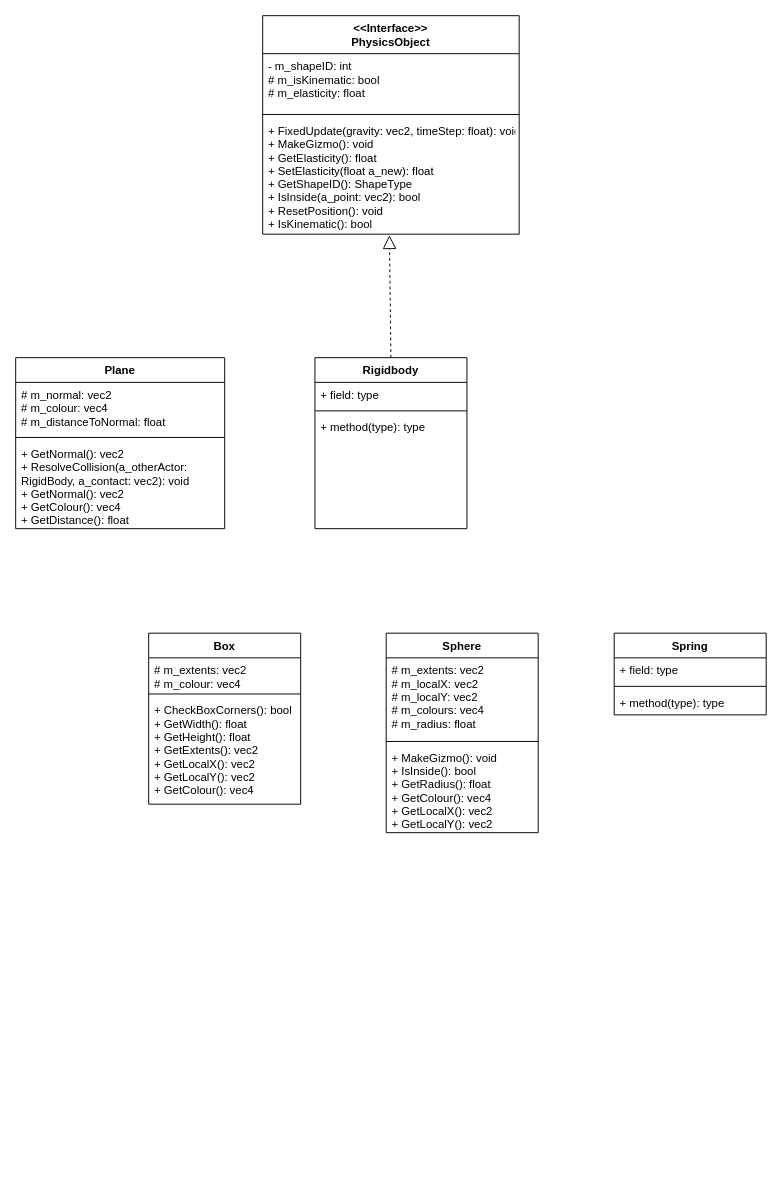
XYFrenzies/PhysicsProject keeps this draw.io diagram as Untitled Diagram.drawio. Above is the earlier version. Source tidied: cells renumbered, new cells numbered last; positions are measured from the earlier drawing's top-left corner, leaving out a move shared by most shapes. Both pictures are drawn from the tidied source at 95%, with x=0, y=0 at pixel (15, 15).
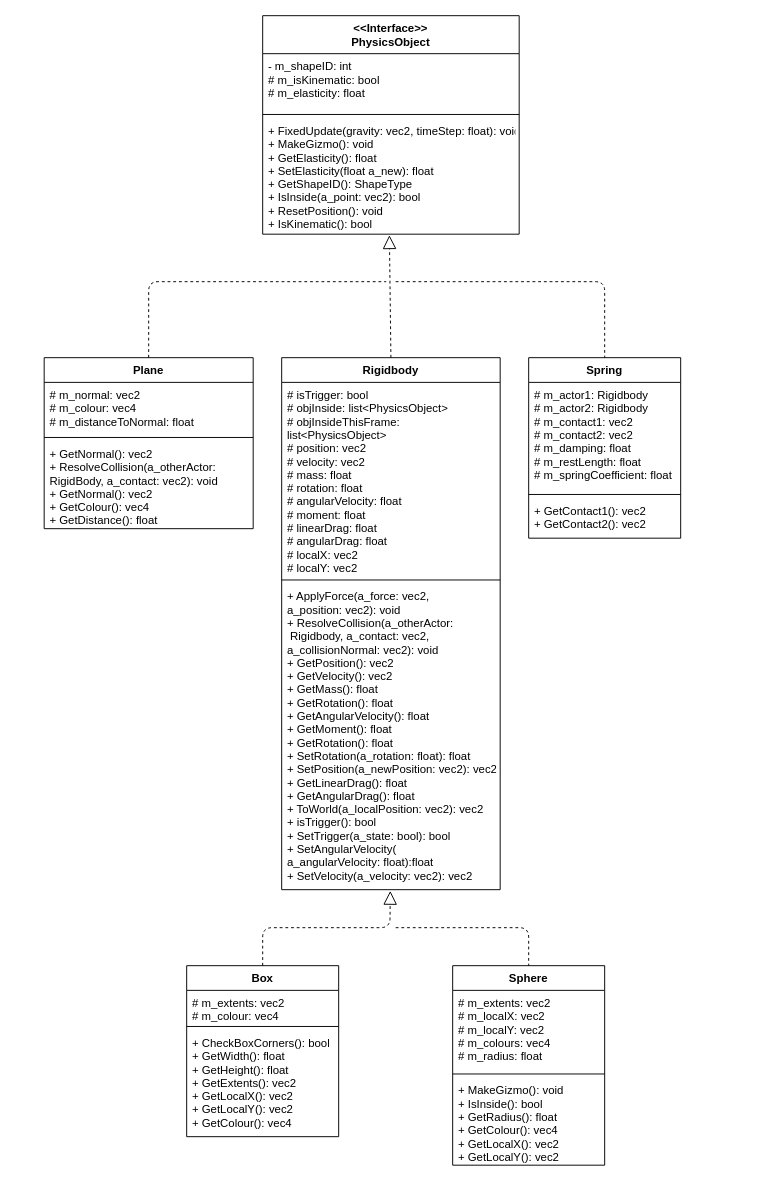
The same page after the edit.

Commit message:
I have gotten the standard for the links between the objects in scene.

What changed in the source:
```diff
@@
     <mxCell id="6" value="Plane" style="swimlane;fontStyle=1;align=center;verticalAlign=top;horizontal=1;startSize=26;" parent="1" vertex="1">
-      <mxGeometry y="360" width="220" height="180" as="geometry" />
+      <mxGeometry x="30" y="360" width="220" height="180" as="geometry" />
     </mxCell>
@@
     <mxCell id="10" value="Rigidbody" style="swimlane;fontStyle=1;align=center;verticalAlign=top;horizontal=1;startSize=26;" parent="1" vertex="1">
-      <mxGeometry x="315" y="360" width="160" height="180" as="geometry" />
+      <mxGeometry x="280" y="360" width="230" height="560" as="geometry" />
     </mxCell>
-    <mxCell id="11" value="+ field: type" style="text;strokeColor=none;fillColor=none;align=left;verticalAlign=top;spacingLeft=4;spacingRight=4;overflow=hidden;" parent="10" vertex="1">
-      <mxGeometry y="26" width="160" height="26" as="geometry" />
+    <mxCell id="11" value="# isTrigger: bool&#10;# objInside: list&lt;PhysicsObject&gt;&#10;# objInsideThisFrame: &#10;list&lt;PhysicsObject&gt;&#10;# position: vec2&#10;# velocity: vec2&#10;# mass: float&#10;# rotation: float&#10;# angularVelocity: float&#10;# moment: float&#10;# linearDrag: float&#10;# angularDrag: float&#10;# localX: vec2&#10;# localY: vec2" style="text;strokeColor=none;fillColor=none;align=left;verticalAlign=top;spacingLeft=4;spacingRight=4;overflow=hidden;" parent="10" vertex="1">
+      <mxGeometry y="26" width="230" height="204" as="geometry" />
     </mxCell>
     <mxCell id="12" style="line;strokeWidth=1;fillColor=none;align=left;verticalAlign=middle;spacingTop=-1;spacingLeft=3;spacingRight=3;labelPosition=right;" parent="10" vertex="1">
-      <mxGeometry y="52" width="160" height="8" as="geometry" />
+      <mxGeometry y="230" width="230" height="8" as="geometry" />
     </mxCell>
-    <mxCell id="13" value="+ method(type): type" style="text;strokeColor=none;fillColor=none;align=left;verticalAlign=top;spacingLeft=4;spacingRight=4;overflow=hidden;points=[[0,0.5],[1,0.5]];portConstraint=eastwest;" parent="10" vertex="1">
-      <mxGeometry y="60" width="160" height="120" as="geometry" />
+    <mxCell id="13" value="+ ApplyForce(a_force: vec2,&#10;a_position: vec2): void&#10;+ ResolveCollision(a_otherActor:&#10; Rigidbody, a_contact: vec2,&#10;a_collisionNormal: vec2): void&#10;+ GetPosition(): vec2&#10;+ GetVelocity(): vec2&#10;+ GetMass(): float&#10;+ GetRotation(): float&#10;+ GetAngularVelocity(): float&#10;+ GetMoment(): float&#10;+ GetRotation(): float&#10;+ SetRotation(a_rotation: float): float&#10;+ SetPosition(a_newPosition: vec2): vec2&#10;+ GetLinearDrag(): float&#10;+ GetAngularDrag(): float&#10;+ ToWorld(a_localPosition: vec2): vec2&#10;+ isTrigger(): bool&#10;+ SetTrigger(a_state: bool): bool&#10;+ SetAngularVelocity(&#10;a_angularVelocity: float):float&#10;+ SetVelocity(a_velocity: vec2): vec2" style="text;strokeColor=none;fillColor=none;align=left;verticalAlign=top;spacingLeft=4;spacingRight=4;overflow=hidden;points=[[0,0.5],[1,0.5]];portConstraint=eastwest;" parent="10" vertex="1">
+      <mxGeometry y="238" width="230" height="322" as="geometry" />
     </mxCell>
@@
     <mxCell id="15" value="Box" style="swimlane;fontStyle=1;align=center;verticalAlign=top;horizontal=1;startSize=26;" parent="1" vertex="1">
-      <mxGeometry x="140" y="650" width="160" height="180" as="geometry" />
+      <mxGeometry x="180" y="1000" width="160" height="180" as="geometry" />
     </mxCell>
@@
     <mxCell id="19" value="Sphere" style="swimlane;fontStyle=1;align=center;verticalAlign=top;horizontal=1;startSize=26;" parent="1" vertex="1">
-      <mxGeometry x="390" y="650" width="160" height="210" as="geometry" />
+      <mxGeometry x="460" y="1000" width="160" height="210" as="geometry" />
     </mxCell>
@@
     <mxCell id="23" value="Spring" style="swimlane;fontStyle=1;align=center;verticalAlign=top;horizontal=1;startSize=26;" parent="1" vertex="1">
-      <mxGeometry x="630" y="650" width="160" height="86" as="geometry" />
+      <mxGeometry x="540" y="360" width="160" height="190" as="geometry" />
     </mxCell>
-    <mxCell id="24" value="+ field: type" style="text;strokeColor=none;fillColor=none;align=left;verticalAlign=top;spacingLeft=4;spacingRight=4;overflow=hidden;" parent="23" vertex="1">
-      <mxGeometry y="26" width="160" height="26" as="geometry" />
+    <mxCell id="24" value="# m_actor1: Rigidbody&#10;# m_actor2: Rigidbody&#10;# m_contact1: vec2&#10;# m_contact2: vec2&#10;# m_damping: float&#10;# m_restLength: float&#10;# m_springCoefficient: float" style="text;strokeColor=none;fillColor=none;align=left;verticalAlign=top;spacingLeft=4;spacingRight=4;overflow=hidden;" parent="23" vertex="1">
+      <mxGeometry y="26" width="160" height="114" as="geometry" />
     </mxCell>
     <mxCell id="25" style="line;strokeWidth=1;fillColor=none;align=left;verticalAlign=middle;spacingTop=-1;spacingLeft=3;spacingRight=3;labelPosition=right;" parent="23" vertex="1">
-      <mxGeometry y="52" width="160" height="8" as="geometry" />
+      <mxGeometry y="140" width="160" height="8" as="geometry" />
     </mxCell>
-    <mxCell id="26" value="+ method(type): type" style="text;strokeColor=none;fillColor=none;align=left;verticalAlign=top;spacingLeft=4;spacingRight=4;overflow=hidden;" parent="23" vertex="1">
-      <mxGeometry y="60" width="160" height="26" as="geometry" />
+    <mxCell id="26" value="+ GetContact1(): vec2&#10;+ GetContact2(): vec2" style="text;strokeColor=none;fillColor=none;align=left;verticalAlign=top;spacingLeft=4;spacingRight=4;overflow=hidden;" parent="23" vertex="1">
+      <mxGeometry y="148" width="160" height="42" as="geometry" />
     </mxCell>
+    <mxCell id="27" style="endArrow=none;dashed=1;html=1;entryX=0.5;entryY=0;entryDx=0;entryDy=0;" parent="1" edge="1" target="23">
+      <mxGeometry relative="1" as="geometry">
+        <mxPoint x="400" y="280" as="sourcePoint" />
+        <Array as="points">
+          <mxPoint x="620" y="280" />
+        </Array>
+      </mxGeometry>
+    </mxCell>
+    <mxCell id="28" style="endArrow=none;dashed=1;html=1;exitX=0.5;exitY=0;exitDx=0;exitDy=0;" parent="1" edge="1" source="6">
+      <mxGeometry relative="1" as="geometry">
+        <mxPoint x="390" y="280" as="targetPoint" />
+        <Array as="points">
+          <mxPoint x="140" y="280" />
+        </Array>
+      </mxGeometry>
+    </mxCell>
+    <mxCell id="29" style="endArrow=block;dashed=1;endFill=0;endSize=12;html=1;exitX=0.5;exitY=0;exitDx=0;exitDy=0;entryX=0.497;entryY=1.004;entryDx=0;entryDy=0;entryPerimeter=0;" parent="1" edge="1" source="15" target="13">
+      <mxGeometry relative="1" as="geometry">
+        <Array as="points">
+          <mxPoint x="260" y="960" />
+          <mxPoint x="394" y="960" />
+        </Array>
+      </mxGeometry>
+    </mxCell>
+    <mxCell id="30" style="endArrow=none;dashed=1;html=1;entryX=0.5;entryY=0;entryDx=0;entryDy=0;" parent="1" edge="1" target="19">
+      <mxGeometry relative="1" as="geometry">
+        <mxPoint x="400" y="960" as="sourcePoint" />
+        <Array as="points">
+          <mxPoint x="540" y="960" />
+        </Array>
+      </mxGeometry>
+    </mxCell>
```
